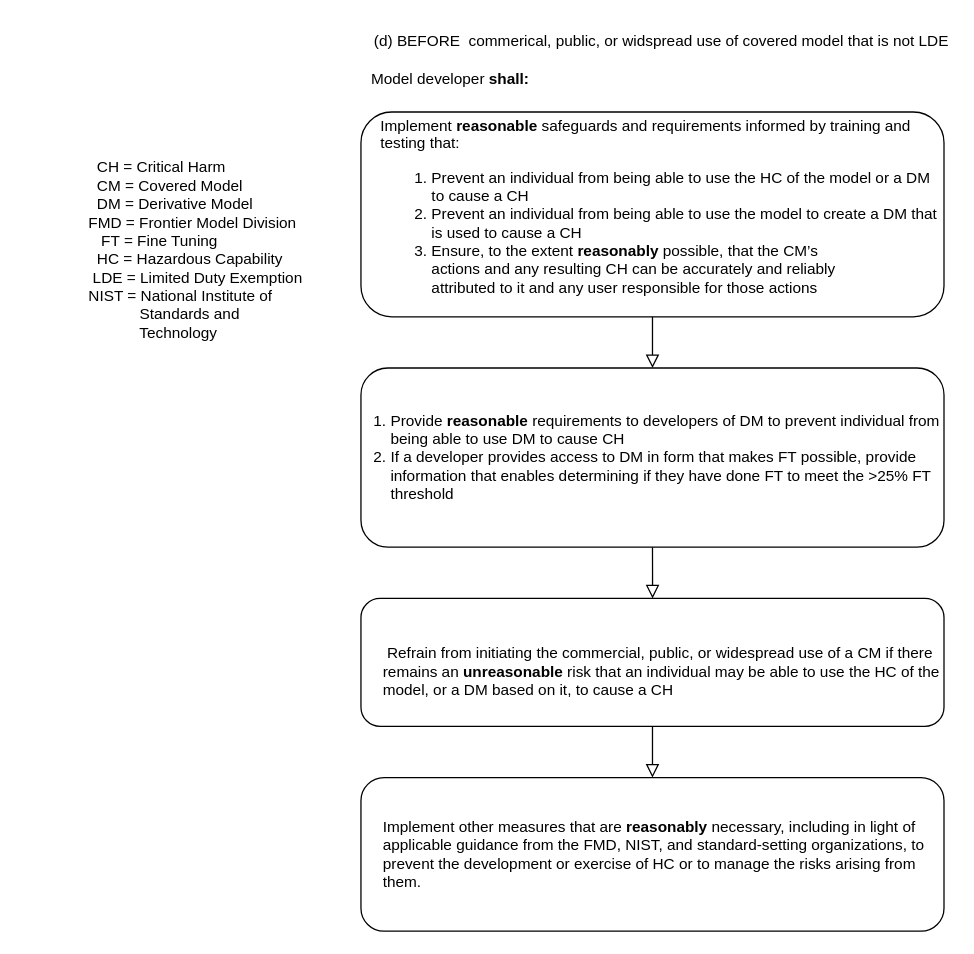
This is page "22603(d)" (6 of 6) of AB 1047.drawio from sbenerofe/AB-1047, a draw.io file, before an edit. Source tidied: cells renumbered, new cells numbered last; positions are measured from the earlier drawing's top-left corner, leaving out a move shared by most shapes. Both pictures are drawn from the tidied source at 128%, with x=0, y=0 at pixel (86, 22).
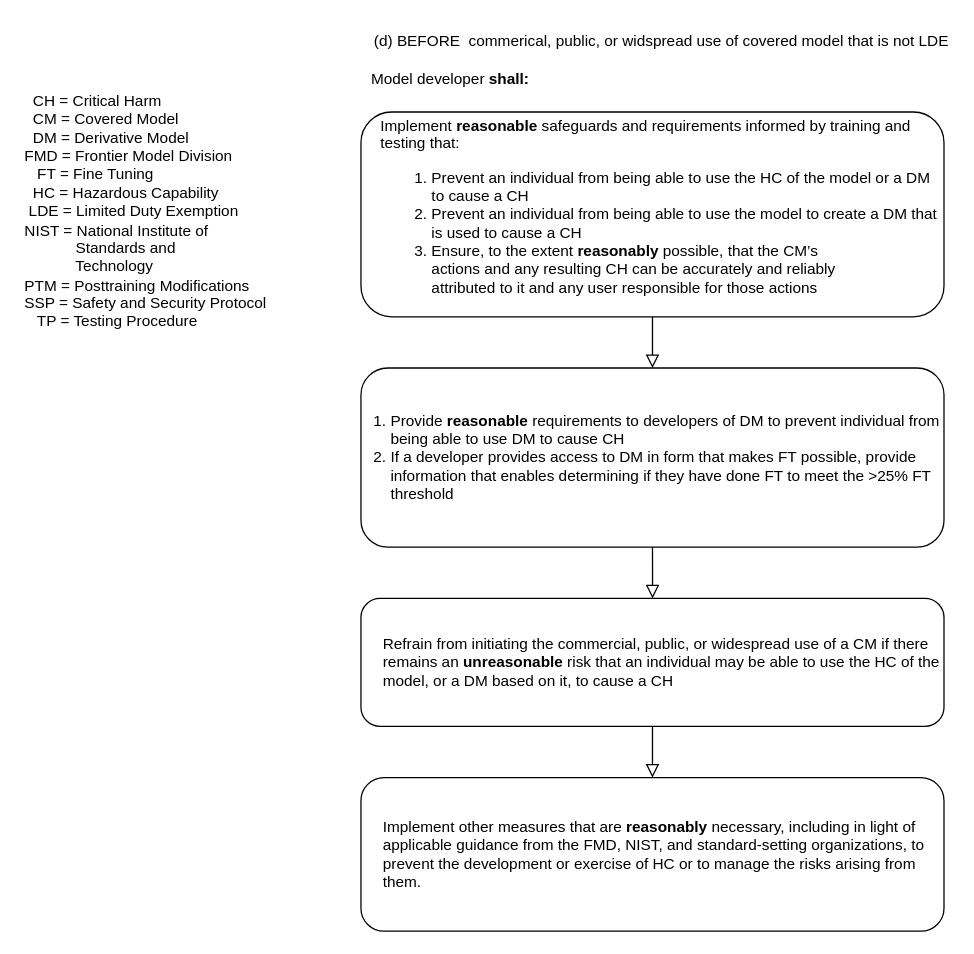
The same diagram, later.

What changed in the source:
```diff
@@
 <mxGraphModel>
   <root>
     <mxCell id="0" />
     <mxCell id="1" parent="0" />
     <mxCell id="2" value="(d) BEFORE&amp;nbsp;&lt;span style=&quot;background-color: initial;&quot;&gt;&amp;nbsp;commerical, public, or widspread use of covered model that is not LDE&lt;/span&gt;" style="text;strokeColor=none;align=center;fillColor=none;html=1;verticalAlign=middle;whiteSpace=wrap;rounded=0;" parent="1" vertex="1">
       <mxGeometry x="222" width="455" height="30" as="geometry" />
     </mxCell>
     <mxCell id="3" value="Model developer &lt;b&gt;shall:&lt;/b&gt;" style="text;strokeColor=none;align=center;fillColor=none;html=1;verticalAlign=middle;whiteSpace=wrap;rounded=0;" parent="1" vertex="1">
       <mxGeometry x="137" y="30" width="295" height="30" as="geometry" />
     </mxCell>
     <mxCell id="4" value="&lt;div&gt;Implement &lt;b&gt;reasonable &lt;/b&gt;safeguards and requirements informed by training and testing that:&lt;/div&gt;&lt;div&gt;&lt;ol&gt;&lt;li&gt;Prevent an individual from being able to use the HC of the model or a DM to cause a CH&lt;/li&gt;&lt;li&gt;Prevent an individual from being able to use the model to create a DM that is used to cause a CH&lt;/li&gt;&lt;li&gt;Ensure, to the extent &lt;b&gt;reasonably &lt;/b&gt;possible, that the CM’s &lt;br&gt;actions and any resulting CH can be accurately and reliably &lt;br&gt;attributed to it and any user responsible for those actions&lt;br&gt;&lt;/li&gt;&lt;/ol&gt;&lt;/div&gt;" style="rounded=1;whiteSpace=wrap;html=1;fontSize=12;glass=0;strokeWidth=1;shadow=0;align=left;spacingLeft=13;" parent="1" vertex="1">
       <mxGeometry x="214.5" y="70" width="455.5" height="160" as="geometry" />
     </mxCell>
     <mxCell id="5" value="&lt;ol&gt;&lt;li&gt;Provide &lt;b&gt;reasonable &lt;/b&gt;requirements to developers of DM to prevent individual from being able to use DM to cause CH&lt;/li&gt;&lt;li&gt;&lt;font class=&quot;blue_text&quot;&gt;If a developer provides access to DM in form that makes FT possible, provide information that enables determining if they have done FT to meet the &amp;gt;25% FT threshold&lt;/font&gt;&lt;/li&gt;&lt;/ol&gt;" style="rounded=1;whiteSpace=wrap;html=1;fontSize=12;glass=0;strokeWidth=1;shadow=0;align=left;spacingLeft=-19;" parent="1" vertex="1">
       <mxGeometry x="214.5" y="270" width="455.5" height="140" as="geometry" />
     </mxCell>
-    <mxCell id="6" value="&lt;br&gt;&amp;nbsp;Refrain from initiating the commercial, public, or widespread use of a CM if there remains an &lt;b&gt;unreasonable &lt;/b&gt;risk that an individual may be able to use the HC of the model, or a DM based on it, to cause a CH" style="rounded=1;whiteSpace=wrap;html=1;fontSize=12;glass=0;strokeWidth=1;shadow=0;align=left;spacingLeft=15;" parent="1" vertex="1">
+    <mxCell id="6" value="Refrain from initiating the commercial, public, or widespread use of a CM if there remains an &lt;b&gt;unreasonable &lt;/b&gt;risk that an individual may be able to use the HC of the model, or a DM based on it, to cause a CH" style="rounded=1;whiteSpace=wrap;html=1;fontSize=12;glass=0;strokeWidth=1;shadow=0;align=left;spacingLeft=15;" parent="1" vertex="1">
       <mxGeometry x="214.5" y="450" width="455.5" height="100" as="geometry" />
     </mxCell>
     <mxCell id="7" value="&lt;div&gt;Implement other measures that are &lt;b&gt;reasonably &lt;/b&gt;necessary, including in light of applicable guidance from the FMD, NIST, and standard-setting organizations, to prevent the development or exercise of HC or to manage the risks arising from them.&lt;br&gt;&lt;/div&gt;" style="rounded=1;whiteSpace=wrap;html=1;fontSize=12;glass=0;strokeWidth=1;shadow=0;align=left;spacingLeft=15;" parent="1" vertex="1">
       <mxGeometry x="214.5" y="590" width="455.5" height="120" as="geometry" />
     </mxCell>
     <mxCell id="8" style="rounded=0;html=1;jettySize=auto;fontSize=11;endArrow=block;endFill=0;endSize=8;strokeWidth=1;shadow=0;labelBackgroundColor=none;edgeStyle=orthogonalEdgeStyle;exitX=0.5;exitY=1;exitDx=0;exitDy=0;entryX=0.5;entryY=0;entryDx=0;entryDy=0;" parent="1" edge="1" source="4" target="5">
       <mxGeometry x="-0.74" y="20" relative="1" as="geometry" />
     </mxCell>
     <mxCell id="9" style="rounded=0;html=1;jettySize=auto;fontSize=11;endArrow=block;endFill=0;endSize=8;strokeWidth=1;shadow=0;labelBackgroundColor=none;edgeStyle=orthogonalEdgeStyle;exitX=0.5;exitY=1;exitDx=0;exitDy=0;" parent="1" edge="1" source="5" target="6">
       <mxGeometry x="-0.74" y="20" relative="1" as="geometry" />
     </mxCell>
     <mxCell id="10" style="rounded=0;html=1;jettySize=auto;fontSize=11;endArrow=block;endFill=0;endSize=8;strokeWidth=1;shadow=0;labelBackgroundColor=none;edgeStyle=orthogonalEdgeStyle;exitX=0.5;exitY=1;exitDx=0;exitDy=0;entryX=0.5;entryY=0;entryDx=0;entryDy=0;" parent="1" edge="1" source="6" target="7">
       <mxGeometry x="-0.74" y="20" relative="1" as="geometry" />
     </mxCell>
-    <mxCell id="11" value="&lt;div&gt;&amp;nbsp; CH = Critical Harm&lt;/div&gt;&lt;div&gt;&amp;nbsp; CM = Covered Model&lt;/div&gt;&lt;div&gt;&amp;nbsp; DM = Derivative Model&lt;/div&gt;FMD =&amp;nbsp;&lt;span style=&quot;&quot;&gt;Frontier Model Division&lt;/span&gt;&lt;div&gt;&amp;nbsp; &amp;nbsp;FT = Fine Tuning&lt;/div&gt;&lt;div&gt;&amp;nbsp; HC = Hazardous Capability&lt;br&gt;&lt;div&gt;&amp;nbsp;LDE = Limited Duty Exemption&lt;span style=&quot;&quot;&gt;&lt;br&gt;&lt;/span&gt;&lt;/div&gt;&lt;div&gt;&lt;span style=&quot;&quot;&gt;NIST =&amp;nbsp;&lt;/span&gt;&lt;span style=&quot;background-color: initial;&quot;&gt;National Institute of&lt;/span&gt;&lt;/div&gt;&lt;div&gt;&lt;span style=&quot;background-color: initial;&quot;&gt;&amp;nbsp; &amp;nbsp; &amp;nbsp; &amp;nbsp; &amp;nbsp; &amp;nbsp; Standards and&lt;/span&gt;&lt;/div&gt;&lt;div&gt;&lt;span style=&quot;background-color: initial;&quot;&gt;&amp;nbsp; &amp;nbsp; &amp;nbsp; &amp;nbsp; &amp;nbsp; &amp;nbsp; Technology&lt;/span&gt;&lt;/div&gt;&lt;div&gt;&lt;br&gt;&lt;/div&gt;&lt;/div&gt;" style="text;html=1;align=left;verticalAlign=middle;whiteSpace=wrap;rounded=0;" parent="1" vertex="1">
-      <mxGeometry y="100" width="170" height="170" as="geometry" />
-    </mxCell>
+    <mxCell id="12" value="&lt;div&gt;&amp;nbsp; CH = Critical Harm&lt;/div&gt;&lt;div&gt;&amp;nbsp; CM = Covered Model&lt;/div&gt;&lt;div&gt;&amp;nbsp; DM = Derivative Model&lt;/div&gt;FMD =&amp;nbsp;&lt;span style=&quot;&quot;&gt;Frontier Model Division&lt;/span&gt;&lt;div&gt;&amp;nbsp; &amp;nbsp;FT = Fine Tuning&lt;/div&gt;&lt;div&gt;&amp;nbsp; HC = Hazardous Capability&lt;br&gt;&lt;div&gt;&amp;nbsp;LDE = Limited Duty Exemption&lt;span style=&quot;&quot;&gt;&lt;br&gt;&lt;/span&gt;&lt;/div&gt;&lt;div&gt;&lt;span style=&quot;&quot;&gt;NIST =&amp;nbsp;&lt;/span&gt;&lt;span style=&quot;background-color: initial;&quot;&gt;National Institute of&lt;/span&gt;&lt;/div&gt;&lt;div&gt;&lt;span style=&quot;background-color: initial;&quot;&gt;&amp;nbsp; &amp;nbsp; &amp;nbsp; &amp;nbsp; &amp;nbsp; &amp;nbsp; Standards and&lt;/span&gt;&lt;/div&gt;&lt;div&gt;&lt;span style=&quot;background-color: initial;&quot;&gt;&amp;nbsp; &amp;nbsp; &amp;nbsp; &amp;nbsp; &amp;nbsp; &amp;nbsp; Technology&lt;/span&gt;&lt;/div&gt;&lt;div&gt;&lt;span style=&quot;background-color: initial;&quot;&gt;PTM = Posttraining Modifications&lt;/span&gt;&lt;/div&gt;&lt;div&gt;&lt;span style=&quot;background-color: initial;&quot;&gt;SSP = Safety and Security Protocol&lt;br&gt;&lt;/span&gt;&lt;/div&gt;&lt;div&gt;&lt;span style=&quot;background-color: initial;&quot;&gt;&amp;nbsp;&amp;nbsp; TP = Testing Procedure&lt;br&gt;&lt;/span&gt;&lt;/div&gt;&lt;div&gt;&lt;br&gt;&lt;/div&gt;&lt;/div&gt;" style="text;html=1;align=left;verticalAlign=middle;whiteSpace=wrap;rounded=0;" parent="1" vertex="1">
+      <mxGeometry x="-50" y="70" width="200" height="170" as="geometry" />
+    </mxCell>
   </root>
 </mxGraphModel>
```
